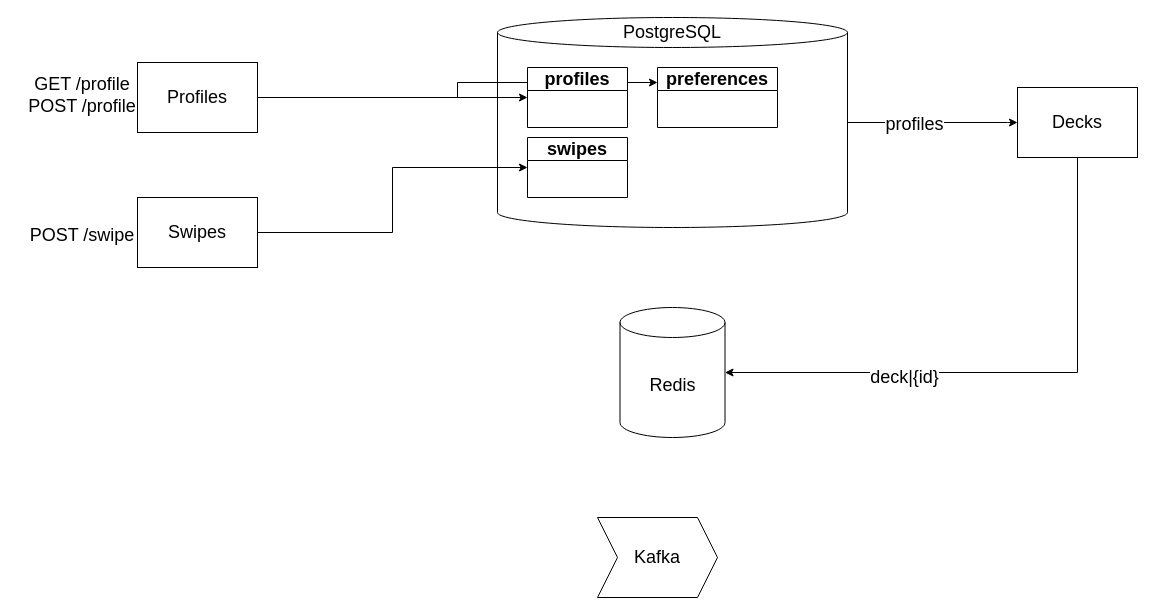
oliver416/highload keeps this draw.io diagram as docs/architecture.drawio. Above is the earlier version. Source tidied: cells renumbered, new cells numbered last; positions are measured from the earlier drawing's top-left corner, leaving out a move shared by most shapes. Both pictures are drawn from the tidied source at 100%, with x=0, y=0 at pixel (27, 17).
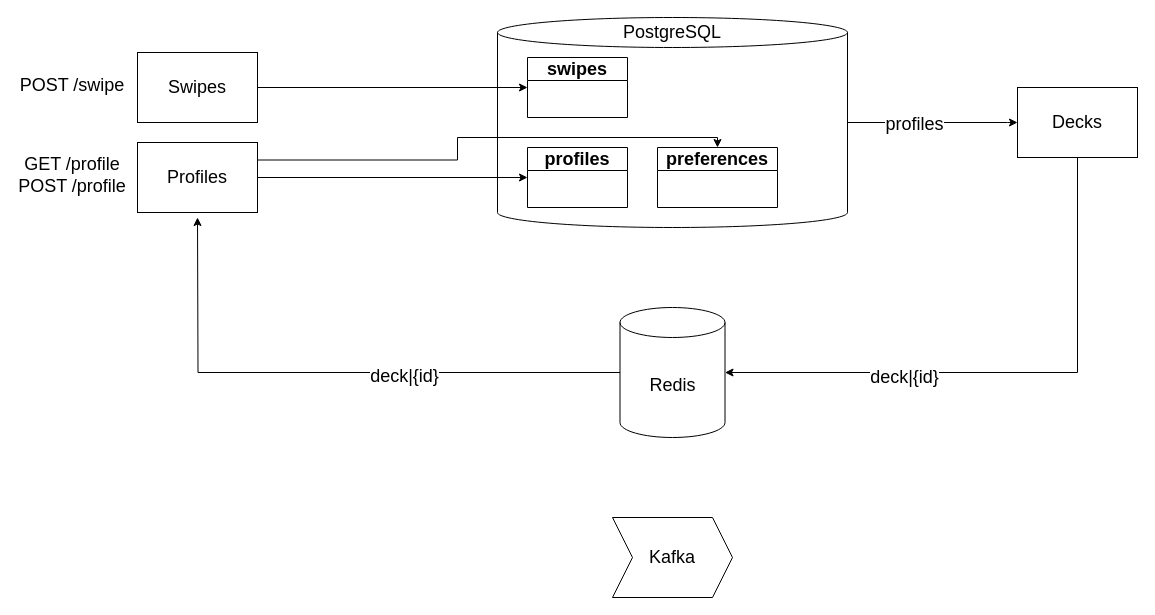
Above is the later version.

Commit message (it also covers changes not shown here):
ADD: a deck endpoint

Unchanged cells that the change refers to:
```xml
<mxCell id="2" style="group;fontSize=18;" parent="1" vertex="1">
  <mxGeometry x="470" width="350" height="210" as="geometry" />
</mxCell>
<mxCell id="6" value="Redis" style="shape=cylinder3;whiteSpace=wrap;html=1;boundedLbl=1;backgroundOutline=1;size=15;fontSize=18;" parent="1" vertex="1">
  <mxGeometry x="592.5" y="290" width="105" height="130" as="geometry" />
</mxCell>
```

What changed in the source:
```diff
@@
     <mxCell id="5" value="preferences" style="swimlane;whiteSpace=wrap;html=1;fontSize=18;" parent="2" vertex="1">
-      <mxGeometry x="160" y="50" width="120" height="60" as="geometry" />
+      <mxGeometry x="160" y="130" width="120" height="60" as="geometry" />
     </mxCell>
+    <mxCell id="9" value="profiles" style="swimlane;whiteSpace=wrap;html=1;fontSize=18;" parent="2" vertex="1">
+      <mxGeometry x="30" y="130" width="100" height="60" as="geometry" />
+    </mxCell>
+    <mxCell id="22" style="edgeStyle=orthogonalEdgeStyle;rounded=0;jettySize=auto;html=1;" parent="1" edge="1" source="6">
+      <mxGeometry relative="1" as="geometry">
+        <mxPoint x="170" y="200" as="targetPoint" />
+      </mxGeometry>
+    </mxCell>
+    <mxCell id="23" value="&lt;font style=&quot;font-size: 18px;&quot;&gt;deck|{id}&lt;/font&gt;" style="edgeLabel;html=1;align=center;verticalAlign=middle;" parent="22" vertex="1">
+      <mxGeometry x="-0.25" y="3" relative="1" as="geometry" />
+    </mxCell>
@@
-    <mxCell id="7" style="edgeStyle=orthogonalEdgeStyle;rounded=0;jettySize=auto;html=1;entryX=0;entryY=0.25;entryDx=0;entryDy=0;" parent="1" edge="1" source="8" target="5">
-      <mxGeometry relative="1" as="geometry" />
+    <mxCell id="7" style="edgeStyle=orthogonalEdgeStyle;rounded=0;jettySize=auto;html=1;exitX=1;exitY=0.25;exitDx=0;exitDy=0;entryX=0.5;entryY=0;entryDx=0;entryDy=0;" parent="1" edge="1" source="8" target="5">
+      <mxGeometry relative="1" as="geometry">
+        <Array as="points">
+          <mxPoint x="430" y="142" />
+          <mxPoint x="430" y="120" />
+          <mxPoint x="690" y="120" />
+        </Array>
+      </mxGeometry>
     </mxCell>
     <mxCell id="8" value="Profiles" style="rounded=0;whiteSpace=wrap;html=1;fontSize=18;" parent="1" vertex="1">
-      <mxGeometry x="110" y="45" width="120" height="70" as="geometry" />
+      <mxGeometry x="110" y="125" width="120" height="70" as="geometry" />
     </mxCell>
-    <mxCell id="9" value="profiles" style="swimlane;whiteSpace=wrap;html=1;fontSize=18;" parent="1" vertex="1">
-      <mxGeometry x="500" y="50" width="100" height="60" as="geometry" />
-    </mxCell>
     <mxCell id="10" value="swipes" style="swimlane;whiteSpace=wrap;html=1;fontSize=18;" parent="1" vertex="1">
-      <mxGeometry x="500" y="120" width="100" height="60" as="geometry" />
+      <mxGeometry x="500" y="40" width="100" height="60" as="geometry" />
     </mxCell>
@@
     <mxCell id="12" value="GET /profile&lt;div&gt;POST /profile&lt;/div&gt;" style="text;html=1;align=center;verticalAlign=middle;whiteSpace=wrap;rounded=0;fontSize=18;" parent="1" vertex="1">
-      <mxGeometry y="45" width="110" height="65" as="geometry" />
+      <mxGeometry x="-10" y="125" width="110" height="65" as="geometry" />
     </mxCell>
@@
     <mxCell id="14" value="Swipes" style="rounded=0;whiteSpace=wrap;html=1;fontSize=18;" parent="1" vertex="1">
-      <mxGeometry x="110" y="180" width="120" height="70" as="geometry" />
+      <mxGeometry x="110" y="35" width="120" height="70" as="geometry" />
     </mxCell>
     <mxCell id="15" value="&lt;div&gt;POST /swipe&lt;/div&gt;" style="text;html=1;align=center;verticalAlign=middle;whiteSpace=wrap;rounded=0;fontSize=18;" parent="1" vertex="1">
-      <mxGeometry y="185" width="110" height="65" as="geometry" />
+      <mxGeometry x="-10" y="35" width="110" height="65" as="geometry" />
     </mxCell>
@@
     <mxCell id="21" value="&lt;font&gt;Kafka&lt;/font&gt;" style="shape=step;perimeter=stepPerimeter;whiteSpace=wrap;html=1;fixedSize=1;fontSize=18;" parent="1" vertex="1">
-      <mxGeometry x="570" y="500" width="120" height="80" as="geometry" />
+      <mxGeometry x="585" y="500" width="120" height="80" as="geometry" />
     </mxCell>
```
